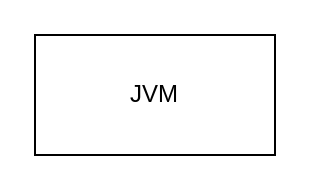
IU-hadlin/DRAWIO keeps this draw.io diagram as 未命名绘图.drawio. Above is the earlier version. Source tidied: cells renumbered, new cells numbered last; positions are measured from the earlier drawing's top-left corner, leaving out a move shared by most shapes. Both pictures are drawn from the tidied source at 200%, with x=0, y=0 at pixel (34, 34).
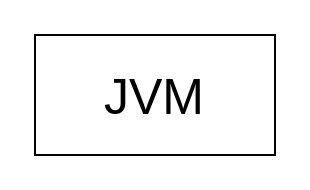
Above is the later version.

Diff of the diagram source:
```diff
@@
 <mxGraphModel>
   <root>
     <mxCell id="0" />
     <mxCell id="1" parent="0" />
-    <mxCell id="2" value="JVM" style="rounded=0;whiteSpace=wrap;html=1;" parent="1" vertex="1">
+    <mxCell id="2" value="&lt;font style=&quot;font-size: 25px;&quot;&gt;JVM&lt;/font&gt;" style="rounded=0;whiteSpace=wrap;html=1;" parent="1" vertex="1">
       <mxGeometry width="120" height="60" as="geometry" />
     </mxCell>
   </root>
 </mxGraphModel>
```
